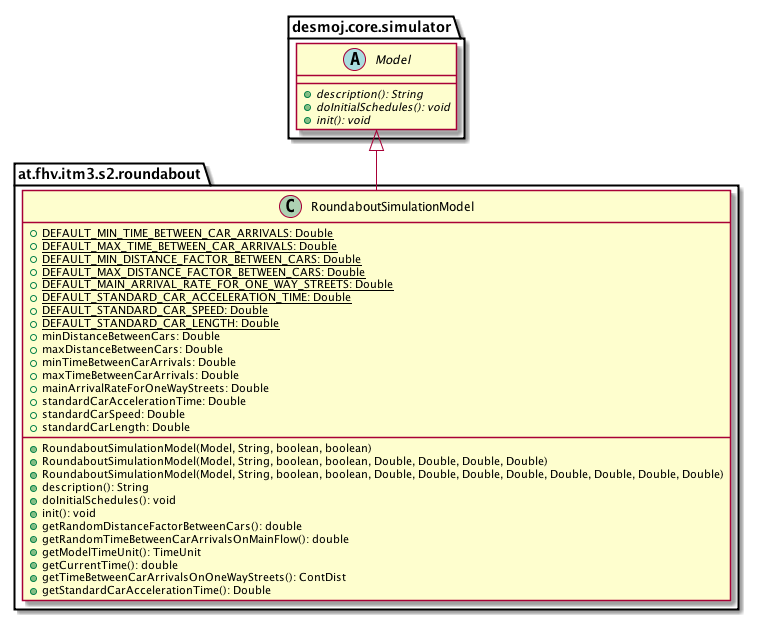
Earlier version of the PlantUML export images/uml-class/at.fhv.itm3.s2.roundabout.package.png (sereGkaluv/Roundabout-Simulation-Library). The source it was exported from:
```plantuml
@startuml

    namespace at.fhv.itm3.s2.roundabout {

        class RoundaboutSimulationModel [[../../../../../at/fhv/itm3/s2/roundabout/RoundaboutSimulationModel.html]] {
            {static} +DEFAULT_MIN_TIME_BETWEEN_CAR_ARRIVALS: Double
            {static} +DEFAULT_MAX_TIME_BETWEEN_CAR_ARRIVALS: Double
            {static} +DEFAULT_MIN_DISTANCE_FACTOR_BETWEEN_CARS: Double
            {static} +DEFAULT_MAX_DISTANCE_FACTOR_BETWEEN_CARS: Double
            {static} +DEFAULT_MAIN_ARRIVAL_RATE_FOR_ONE_WAY_STREETS: Double
            {static} +DEFAULT_STANDARD_CAR_ACCELERATION_TIME: Double
            {static} +DEFAULT_STANDARD_CAR_SPEED: Double
            {static} +DEFAULT_STANDARD_CAR_LENGTH: Double
            +minDistanceBetweenCars: Double
            +maxDistanceBetweenCars: Double
            +minTimeBetweenCarArrivals: Double
            +maxTimeBetweenCarArrivals: Double
            +mainArrivalRateForOneWayStreets: Double
            +standardCarAccelerationTime: Double
            +standardCarSpeed: Double
            +standardCarLength: Double
            +RoundaboutSimulationModel(Model, String, boolean, boolean)
            +RoundaboutSimulationModel(Model, String, boolean, boolean, Double, Double, Double, Double)
            +RoundaboutSimulationModel(Model, String, boolean, boolean, Double, Double, Double, Double, Double, Double, Double, Double)
            +description(): String
            +doInitialSchedules(): void
            +init(): void
            +getRandomDistanceFactorBetweenCars(): double
            +getRandomTimeBetweenCarArrivalsOnMainFlow(): double
            +getModelTimeUnit(): TimeUnit
            +getCurrentTime(): double
            +getTimeBetweenCarArrivalsOnOneWayStreets(): ContDist
            +getStandardCarAccelerationTime(): Double
        }

        abstract class desmoj.core.simulator.Model {
            {abstract} +description(): String
            {abstract} +doInitialSchedules(): void
            {abstract} +init(): void
        }
        desmoj.core.simulator.Model <|-- RoundaboutSimulationModel

    }

@enduml
```
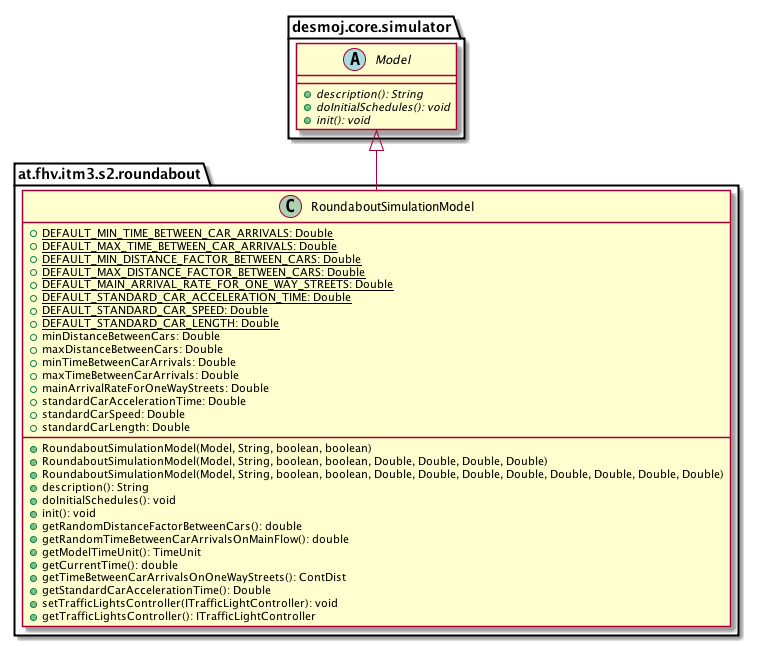
The same diagram one commit later.

The edit, as a diff of the source:
```diff
@@ -31,6 +31,8 @@
             +getCurrentTime(): double
             +getTimeBetweenCarArrivalsOnOneWayStreets(): ContDist
             +getStandardCarAccelerationTime(): Double
+            +setTrafficLightsController(ITrafficLightController): void
+            +getTrafficLightsController(): ITrafficLightController
         }
 
         abstract class desmoj.core.simulator.Model {
```
